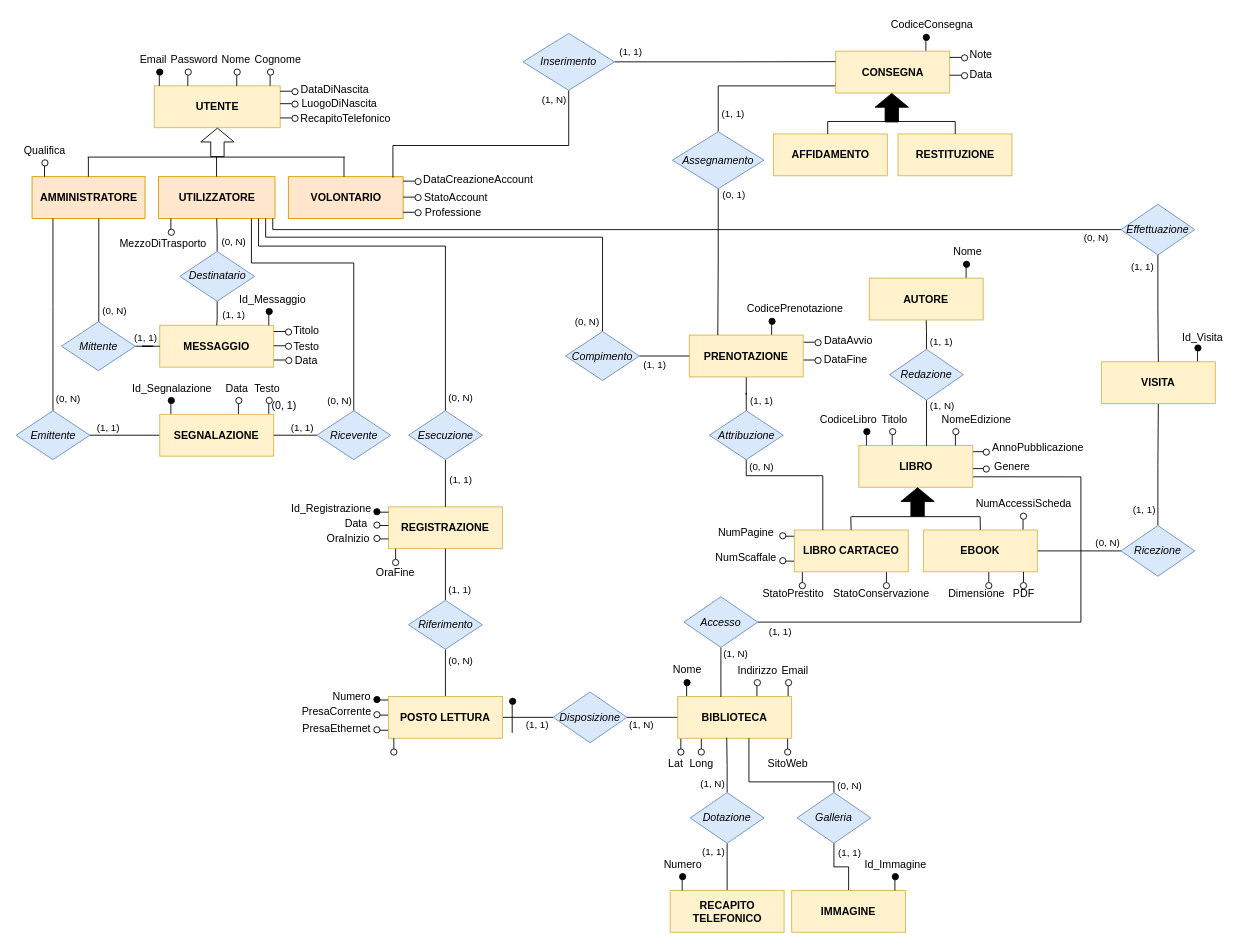
Above: ModelloER/DiagrammaDrawio.drawio in alessioarcara/Progetto_Basi_Dati (draw.io), before the change. Source tidied: cells renumbered, new cells numbered last; positions are measured from the earlier drawing's top-left corner, leaving out a move shared by most shapes. Both pictures are drawn from the tidied source at 89%, with x=0, y=0 at pixel (15, 15).
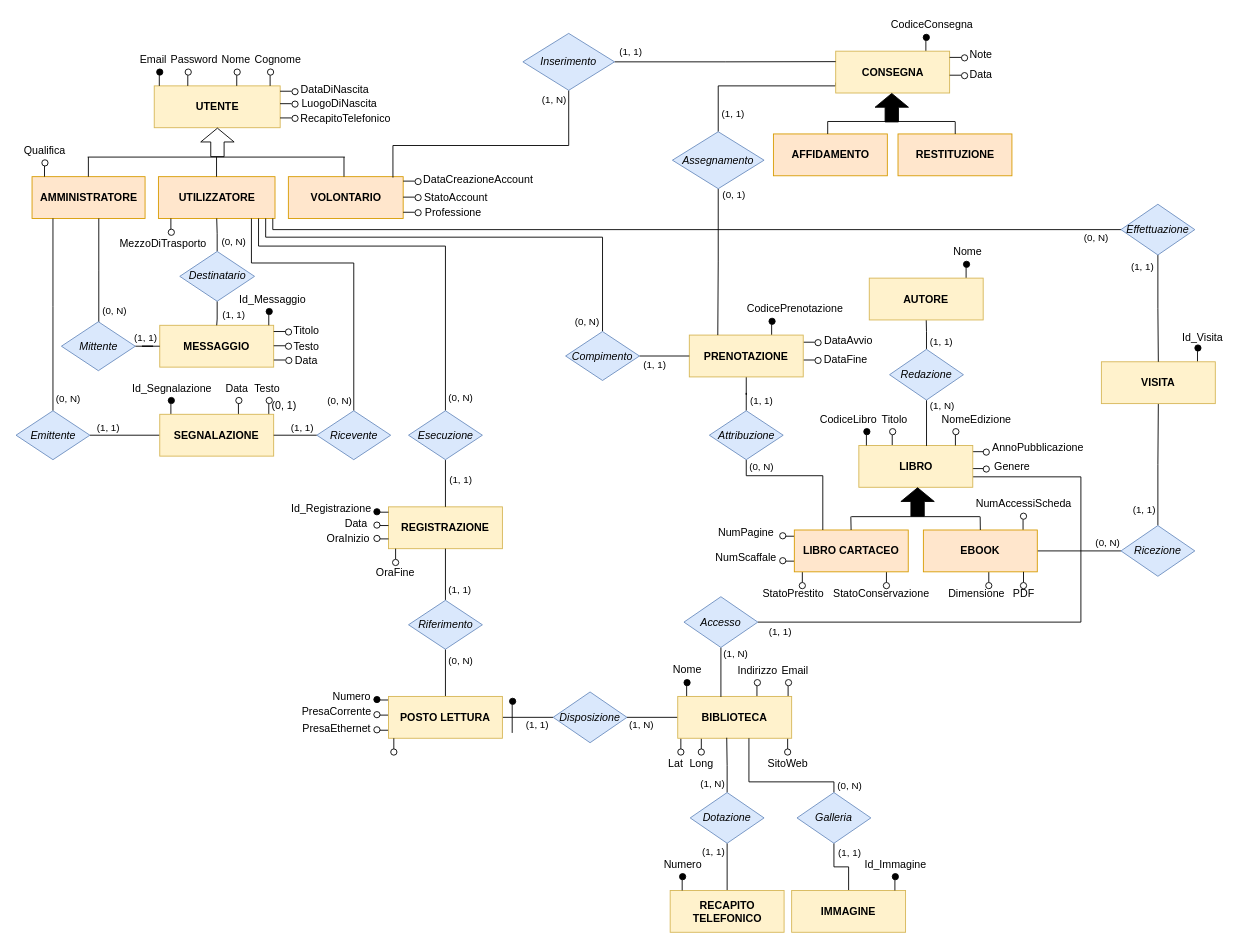
After the change.

The edit, as a diff of the source:
```diff
@@
-    <mxCell id="215" value="LIBRO CARTACEO" style="rounded=0;whiteSpace=wrap;html=1;fillColor=#fff2cc;strokeColor=#d6b656;fontStyle=1;" parent="1" vertex="1">
+    <mxCell id="215" value="LIBRO CARTACEO" style="rounded=0;whiteSpace=wrap;html=1;fillColor=#ffe6cc;strokeColor=#d79b00;fontStyle=1;" parent="1" vertex="1">
       <mxGeometry x="875" y="578" width="128" height="47" as="geometry" />
     </mxCell>
@@
-    <mxCell id="218" value="EBOOK" style="rounded=0;whiteSpace=wrap;html=1;fillColor=#fff2cc;strokeColor=#d6b656;fontStyle=1;" parent="1" vertex="1">
+    <mxCell id="218" value="EBOOK" style="rounded=0;whiteSpace=wrap;html=1;fillColor=#ffe6cc;strokeColor=#d79b00;fontStyle=1;" parent="1" vertex="1">
       <mxGeometry x="1020" y="578" width="128" height="47" as="geometry" />
     </mxCell>
@@
-    <mxCell id="269" value="AFFIDAMENTO" style="rounded=0;whiteSpace=wrap;html=1;fillColor=#fff2cc;strokeColor=#d6b656;fontStyle=1;" parent="1" vertex="1">
+    <mxCell id="269" value="AFFIDAMENTO" style="rounded=0;whiteSpace=wrap;html=1;fillColor=#ffe6cc;strokeColor=#d79b00;fontStyle=1;" parent="1" vertex="1">
       <mxGeometry x="851.5" y="133" width="128" height="47" as="geometry" />
     </mxCell>
-    <mxCell id="270" value="RESTITUZIONE" style="rounded=0;whiteSpace=wrap;html=1;fillColor=#fff2cc;strokeColor=#d6b656;fontStyle=1;" parent="1" vertex="1">
+    <mxCell id="270" value="RESTITUZIONE" style="rounded=0;whiteSpace=wrap;html=1;fillColor=#ffe6cc;strokeColor=#d79b00;fontStyle=1;" parent="1" vertex="1">
       <mxGeometry x="991.5" y="133" width="128" height="47" as="geometry" />
     </mxCell>
```
